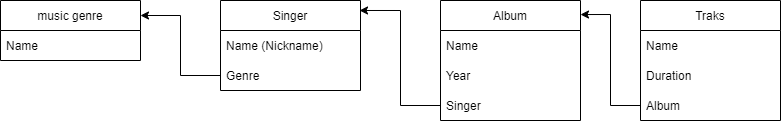
Earlier version of the draw.io export Database_Chart.png (Alex-Ul/Homework_Database). Source tidied: cells renumbered, new cells last; positions are measured from the earlier drawing's top-left corner, leaving out a move shared by most shapes.
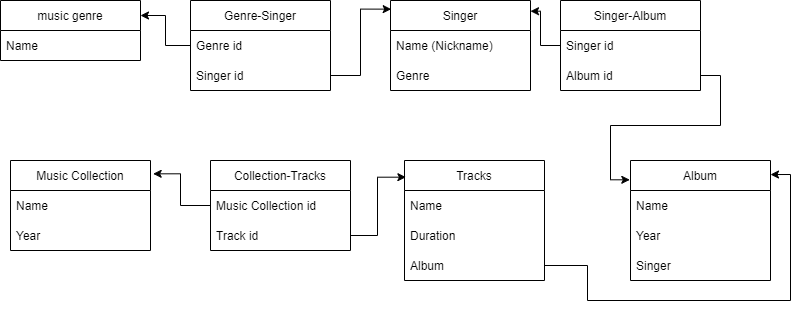
After the commit.

Change to the diagram source:
```diff
@@ -3,7 +3,7 @@
     <mxCell id="0" />
     <mxCell id="1" parent="0" />
     <mxCell id="2" value="Album" style="swimlane;fontStyle=0;horizontal=1;startSize=30;" parent="1" vertex="1">
-      <mxGeometry x="440" width="140" height="120" as="geometry" />
+      <mxGeometry x="620" y="280" width="140" height="120" as="geometry" />
     </mxCell>
     <mxCell id="3" value="Name" style="text;strokeColor=none;fillColor=none;align=left;verticalAlign=middle;spacingLeft=4;spacingRight=4;overflow=hidden;" parent="2" vertex="1">
       <mxGeometry y="30" width="140" height="30" as="geometry" />
@@ -15,13 +15,13 @@
       <mxGeometry y="90" width="140" height="30" as="geometry" />
     </mxCell>
     <mxCell id="6" value="music genre" style="swimlane;fontStyle=0;horizontal=1;startSize=30;" parent="1" vertex="1">
-      <mxGeometry width="140" height="60" as="geometry" />
+      <mxGeometry x="-10" y="120" width="140" height="60" as="geometry" />
     </mxCell>
     <mxCell id="7" value="Name" style="text;strokeColor=none;fillColor=none;align=left;verticalAlign=middle;spacingLeft=4;spacingRight=4;overflow=hidden;" parent="6" vertex="1">
       <mxGeometry y="30" width="140" height="30" as="geometry" />
     </mxCell>
     <mxCell id="8" value="Singer" style="swimlane;fontStyle=0;horizontal=1;startSize=30;" parent="1" vertex="1">
-      <mxGeometry x="220" width="140" height="90" as="geometry" />
+      <mxGeometry x="380" y="120" width="140" height="90" as="geometry" />
     </mxCell>
     <mxCell id="9" value="Name (Nickname)" style="text;strokeColor=none;fillColor=none;align=left;verticalAlign=middle;spacingLeft=4;spacingRight=4;overflow=hidden;" parent="8" vertex="1">
       <mxGeometry y="30" width="140" height="30" as="geometry" />
@@ -29,8 +29,8 @@
     <mxCell id="10" value="Genre" style="text;strokeColor=none;fillColor=none;align=left;verticalAlign=middle;spacingLeft=4;spacingRight=4;overflow=hidden;points=[[0,0.5],[1,0.5]];portConstraint=eastwest;" parent="8" vertex="1">
       <mxGeometry y="60" width="140" height="30" as="geometry" />
     </mxCell>
-    <mxCell id="11" value="Traks" style="swimlane;fontStyle=0;horizontal=1;startSize=30;" parent="1" vertex="1">
-      <mxGeometry x="640" width="140" height="120" as="geometry" />
+    <mxCell id="11" value="Tracks" style="swimlane;fontStyle=0;horizontal=1;startSize=30;" parent="1" vertex="1">
+      <mxGeometry x="394" y="280" width="140" height="120" as="geometry" />
     </mxCell>
     <mxCell id="12" value="Name" style="text;strokeColor=none;fillColor=none;align=left;verticalAlign=middle;spacingLeft=4;spacingRight=4;overflow=hidden;" parent="11" vertex="1">
       <mxGeometry y="30" width="140" height="30" as="geometry" />
@@ -41,14 +41,62 @@
     <mxCell id="14" value="Album" style="text;strokeColor=none;fillColor=none;align=left;verticalAlign=middle;spacingLeft=4;spacingRight=4;overflow=hidden;points=[[0,0.5],[1,0.5]];portConstraint=eastwest;" parent="11" vertex="1">
       <mxGeometry y="90" width="140" height="30" as="geometry" />
     </mxCell>
-    <mxCell id="15" style="edgeStyle=orthogonalEdgeStyle;rounded=0;jettySize=auto;html=1;entryX=1;entryY=0.25;entryDx=0;entryDy=0;" parent="1" edge="1" source="10" target="6">
-      <mxGeometry relative="1" as="geometry" />
-    </mxCell>
-    <mxCell id="16" style="edgeStyle=orthogonalEdgeStyle;rounded=0;jettySize=auto;html=1;entryX=0.993;entryY=0.111;entryDx=0;entryDy=0;entryPerimeter=0;" parent="1" edge="1" source="5" target="8">
-      <mxGeometry relative="1" as="geometry" />
-    </mxCell>
     <mxCell id="17" style="edgeStyle=orthogonalEdgeStyle;rounded=0;jettySize=auto;html=1;entryX=1;entryY=0.117;entryDx=0;entryDy=0;entryPerimeter=0;" parent="1" edge="1" source="14" target="2">
       <mxGeometry relative="1" as="geometry" />
     </mxCell>
+    <mxCell id="18" style="edgeStyle=orthogonalEdgeStyle;rounded=0;jettySize=auto;html=1;entryX=1;entryY=0.25;entryDx=0;entryDy=0;" parent="1" edge="1" source="19" target="6">
+      <mxGeometry relative="1" as="geometry" />
+    </mxCell>
+    <mxCell id="19" value="Genre-Singer" style="swimlane;fontStyle=0;horizontal=1;startSize=30;" parent="1" vertex="1">
+      <mxGeometry x="180" y="120" width="140" height="90" as="geometry" />
+    </mxCell>
+    <mxCell id="20" value="Genre id" style="text;strokeColor=none;fillColor=none;align=left;verticalAlign=middle;spacingLeft=4;spacingRight=4;overflow=hidden;" parent="19" vertex="1">
+      <mxGeometry y="30" width="140" height="30" as="geometry" />
+    </mxCell>
+    <mxCell id="21" value="Singer id" style="text;strokeColor=none;fillColor=none;align=left;verticalAlign=middle;spacingLeft=4;spacingRight=4;overflow=hidden;points=[[0,0.5],[1,0.5]];portConstraint=eastwest;" parent="19" vertex="1">
+      <mxGeometry y="60" width="140" height="30" as="geometry" />
+    </mxCell>
+    <mxCell id="22" style="edgeStyle=orthogonalEdgeStyle;rounded=0;jettySize=auto;html=1;entryX=0.005;entryY=0.096;entryDx=0;entryDy=0;entryPerimeter=0;" parent="1" edge="1" source="21" target="8">
+      <mxGeometry relative="1" as="geometry" />
+    </mxCell>
+    <mxCell id="23" value="Singer-Album" style="swimlane;fontStyle=0;horizontal=1;startSize=30;" parent="1" vertex="1">
+      <mxGeometry x="550" y="120" width="140" height="90" as="geometry" />
+    </mxCell>
+    <mxCell id="24" value="Singer id" style="text;strokeColor=none;fillColor=none;align=left;verticalAlign=middle;spacingLeft=4;spacingRight=4;overflow=hidden;points=[[0,0.5],[1,0.5]];portConstraint=eastwest;" parent="23" vertex="1">
+      <mxGeometry y="30" width="140" height="30" as="geometry" />
+    </mxCell>
+    <mxCell id="25" value="Album id" style="text;strokeColor=none;fillColor=none;align=left;verticalAlign=middle;spacingLeft=4;spacingRight=4;overflow=hidden;points=[[0,0.5],[1,0.5]];portConstraint=eastwest;" parent="23" vertex="1">
+      <mxGeometry y="60" width="140" height="30" as="geometry" />
+    </mxCell>
+    <mxCell id="26" style="edgeStyle=orthogonalEdgeStyle;rounded=0;jettySize=auto;html=1;entryX=1;entryY=0.119;entryDx=0;entryDy=0;entryPerimeter=0;" parent="1" edge="1" source="24" target="8">
+      <mxGeometry relative="1" as="geometry" />
+    </mxCell>
+    <mxCell id="27" style="edgeStyle=orthogonalEdgeStyle;rounded=0;jettySize=auto;html=1;entryX=-0.005;entryY=0.161;entryDx=0;entryDy=0;entryPerimeter=0;" parent="1" edge="1" source="25" target="2">
+      <mxGeometry relative="1" as="geometry" />
+    </mxCell>
+    <mxCell id="28" value="Music Collection" style="swimlane;fontStyle=0;horizontal=1;startSize=30;" parent="1" vertex="1">
+      <mxGeometry y="280" width="140" height="90" as="geometry" />
+    </mxCell>
+    <mxCell id="29" value="Name" style="text;strokeColor=none;fillColor=none;align=left;verticalAlign=middle;spacingLeft=4;spacingRight=4;overflow=hidden;" parent="28" vertex="1">
+      <mxGeometry y="30" width="140" height="30" as="geometry" />
+    </mxCell>
+    <mxCell id="30" value="Year" style="text;strokeColor=none;fillColor=none;align=left;verticalAlign=middle;spacingLeft=4;spacingRight=4;overflow=hidden;" parent="28" vertex="1">
+      <mxGeometry y="60" width="140" height="30" as="geometry" />
+    </mxCell>
+    <mxCell id="31" value="Collection-Tracks" style="swimlane;fontStyle=0;horizontal=1;startSize=30;" parent="1" vertex="1">
+      <mxGeometry x="200" y="280" width="140" height="90" as="geometry" />
+    </mxCell>
+    <mxCell id="32" value="Music Collection id" style="text;strokeColor=none;fillColor=none;align=left;verticalAlign=middle;spacingLeft=4;spacingRight=4;overflow=hidden;points=[[0,0.5],[1,0.5]];portConstraint=eastwest;" parent="31" vertex="1">
+      <mxGeometry y="30" width="140" height="30" as="geometry" />
+    </mxCell>
+    <mxCell id="33" value="Track id" style="text;strokeColor=none;fillColor=none;align=left;verticalAlign=middle;spacingLeft=4;spacingRight=4;overflow=hidden;points=[[0,0.5],[1,0.5]];portConstraint=eastwest;" parent="31" vertex="1">
+      <mxGeometry y="60" width="140" height="30" as="geometry" />
+    </mxCell>
+    <mxCell id="34" style="edgeStyle=orthogonalEdgeStyle;rounded=0;jettySize=auto;html=1;entryX=1.019;entryY=0.148;entryDx=0;entryDy=0;entryPerimeter=0;" parent="1" edge="1" source="32" target="28">
+      <mxGeometry relative="1" as="geometry" />
+    </mxCell>
+    <mxCell id="35" style="edgeStyle=orthogonalEdgeStyle;rounded=0;jettySize=auto;html=1;entryX=0.01;entryY=0.139;entryDx=0;entryDy=0;entryPerimeter=0;" parent="1" edge="1" source="33" target="11">
+      <mxGeometry relative="1" as="geometry" />
+    </mxCell>
   </root>
 </mxGraphModel>
```
